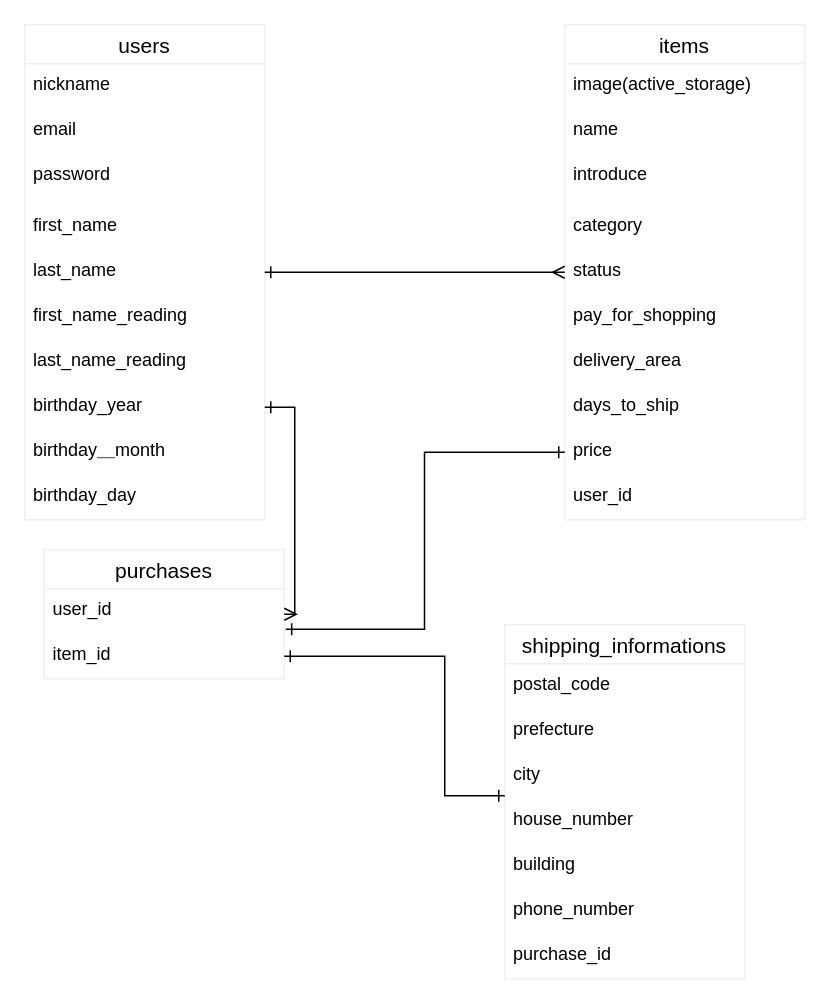
Before: table.dio in hiratatatsujiro/furuma-31556, a draw.io diagram. Source tidied: cells renumbered, new cells numbered last; positions are measured from the earlier drawing's top-left corner, leaving out a move shared by most shapes. Both pictures are drawn from the tidied source at 150%, with x=0, y=0 at pixel (24, 24).
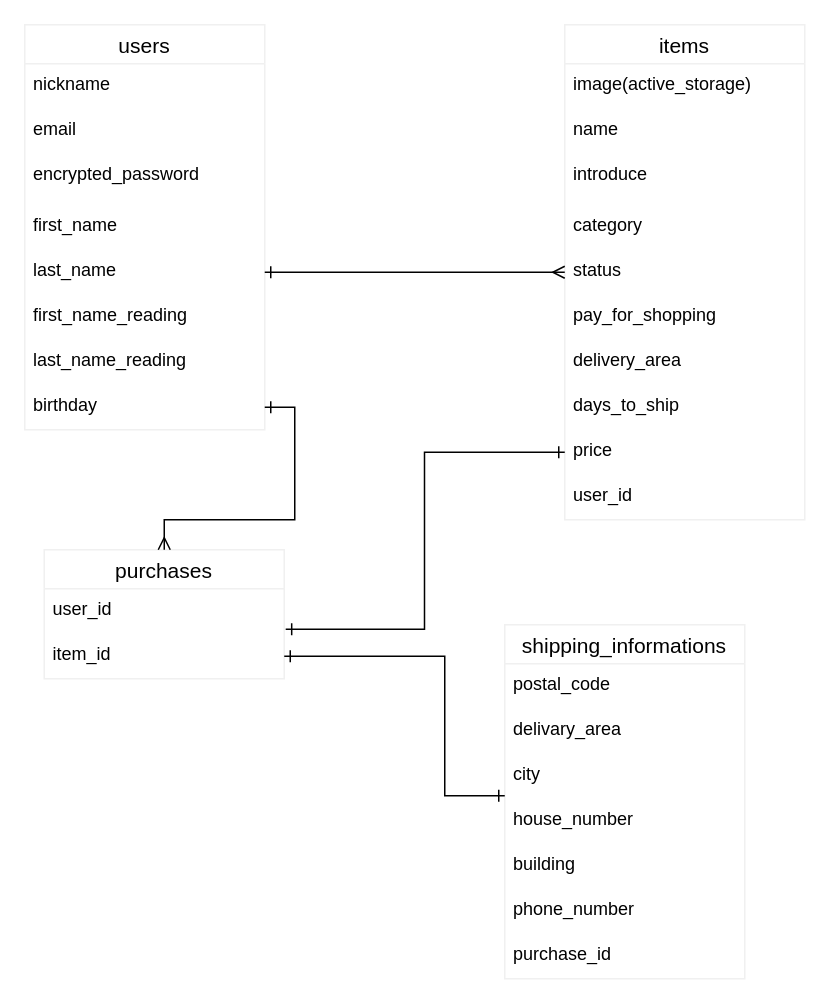
The same diagram, later.

Commit message (it also covers changes not shown here):
テーブル設計（訂正）

Unchanged cells that the change refers to:
```xml
<mxCell id="24" value="purchases" style="swimlane;fontStyle=0;horizontal=1;startSize=26;align=center;fontSize=14;strokeColor=#f0f0f0;" parent="1" vertex="1">
  <mxGeometry x="13" y="350" width="160" height="86" as="geometry" />
</mxCell>
<mxCell id="27" value="shipping_informations" style="swimlane;fontStyle=0;horizontal=1;startSize=26;align=center;fontSize=14;strokeColor=#f0f0f0;" parent="1" vertex="1">
  <mxGeometry x="320" y="400" width="160" height="236" as="geometry" />
</mxCell>
```

Diff of the diagram source:
```diff
@@
     <mxCell id="2" value="users" style="swimlane;fontStyle=0;horizontal=1;startSize=26;align=center;fontSize=14;strokeColor=#f0f0f0;" parent="1" vertex="1">
-      <mxGeometry width="160" height="330" as="geometry" />
+      <mxGeometry width="160" height="270" as="geometry" />
     </mxCell>
@@
-    <mxCell id="5" value="password&#10;" style="text;strokeColor=none;fillColor=none;spacingLeft=4;spacingRight=4;overflow=hidden;fontSize=12;" parent="2" vertex="1">
+    <mxCell id="5" value="encrypted_password&#10;" style="text;strokeColor=none;fillColor=none;spacingLeft=4;spacingRight=4;overflow=hidden;fontSize=12;" parent="2" vertex="1">
       <mxGeometry y="86" width="160" height="34" as="geometry" />
     </mxCell>
@@
-    <mxCell id="10" value="birthday_year" style="text;strokeColor=none;fillColor=none;spacingLeft=4;spacingRight=4;overflow=hidden;points=[[0,0.5],[1,0.5]];portConstraint=eastwest;fontSize=12;" parent="2" vertex="1">
+    <mxCell id="10" value="birthday" style="text;strokeColor=none;fillColor=none;spacingLeft=4;spacingRight=4;overflow=hidden;points=[[0,0.5],[1,0.5]];portConstraint=eastwest;fontSize=12;" parent="2" vertex="1">
       <mxGeometry y="240" width="160" height="30" as="geometry" />
     </mxCell>
-    <mxCell id="11" value="birthday＿month" style="text;strokeColor=none;fillColor=none;spacingLeft=4;spacingRight=4;overflow=hidden;fontSize=12;" parent="2" vertex="1">
-      <mxGeometry y="270" width="160" height="30" as="geometry" />
-    </mxCell>
-    <mxCell id="12" value="birthday_day" style="text;strokeColor=none;fillColor=none;spacingLeft=4;spacingRight=4;overflow=hidden;fontSize=12;" parent="2" vertex="1">
-      <mxGeometry y="300" width="160" height="30" as="geometry" />
-    </mxCell>
@@
-    <mxCell id="29" value="prefecture" style="text;strokeColor=none;fillColor=none;spacingLeft=4;spacingRight=4;overflow=hidden;fontSize=12;" parent="27" vertex="1">
+    <mxCell id="29" value="delivary_area" style="text;strokeColor=none;fillColor=none;spacingLeft=4;spacingRight=4;overflow=hidden;fontSize=12;" parent="27" vertex="1">
       <mxGeometry y="56" width="160" height="30" as="geometry" />
     </mxCell>
@@
     <mxCell id="38" style="edgeStyle=orthogonalEdgeStyle;rounded=0;jettySize=auto;html=1;exitX=1;exitY=0.5;exitDx=0;exitDy=0;startArrow=ERone;startFill=0;endArrow=ERmany;endFill=0;" parent="1" edge="1" source="10" target="24">
       <mxGeometry relative="1" as="geometry">
         <Array as="points">
           <mxPoint x="180" y="255" />
-          <mxPoint x="180" y="393" />
+          <mxPoint x="180" y="330" />
+          <mxPoint x="93" y="330" />
         </Array>
       </mxGeometry>
     </mxCell>
```
